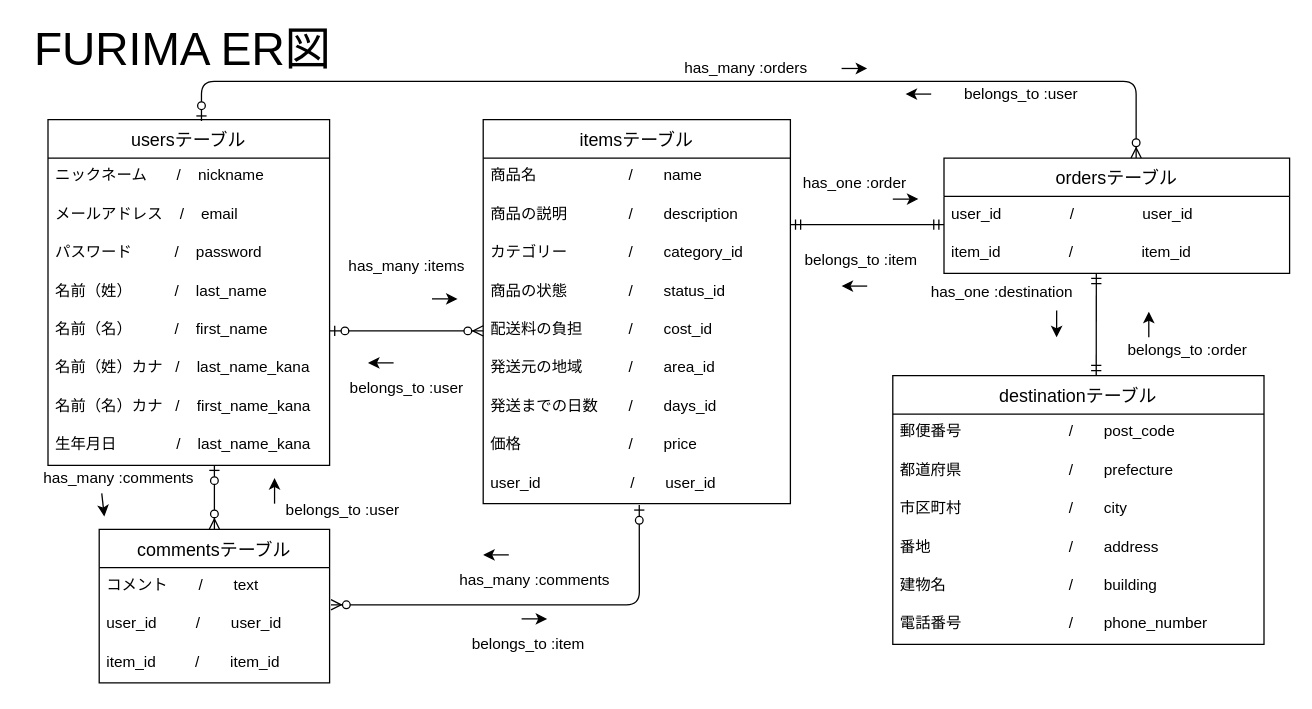
The draw.io diagram test.dio in UzTk4/furima-38183, before the edit. Source tidied: cells renumbered, new cells numbered last; positions are measured from the earlier drawing's top-left corner, leaving out a move shared by most shapes. Both pictures are drawn from the tidied source at 128%, with x=0, y=0 at pixel (22, 29).
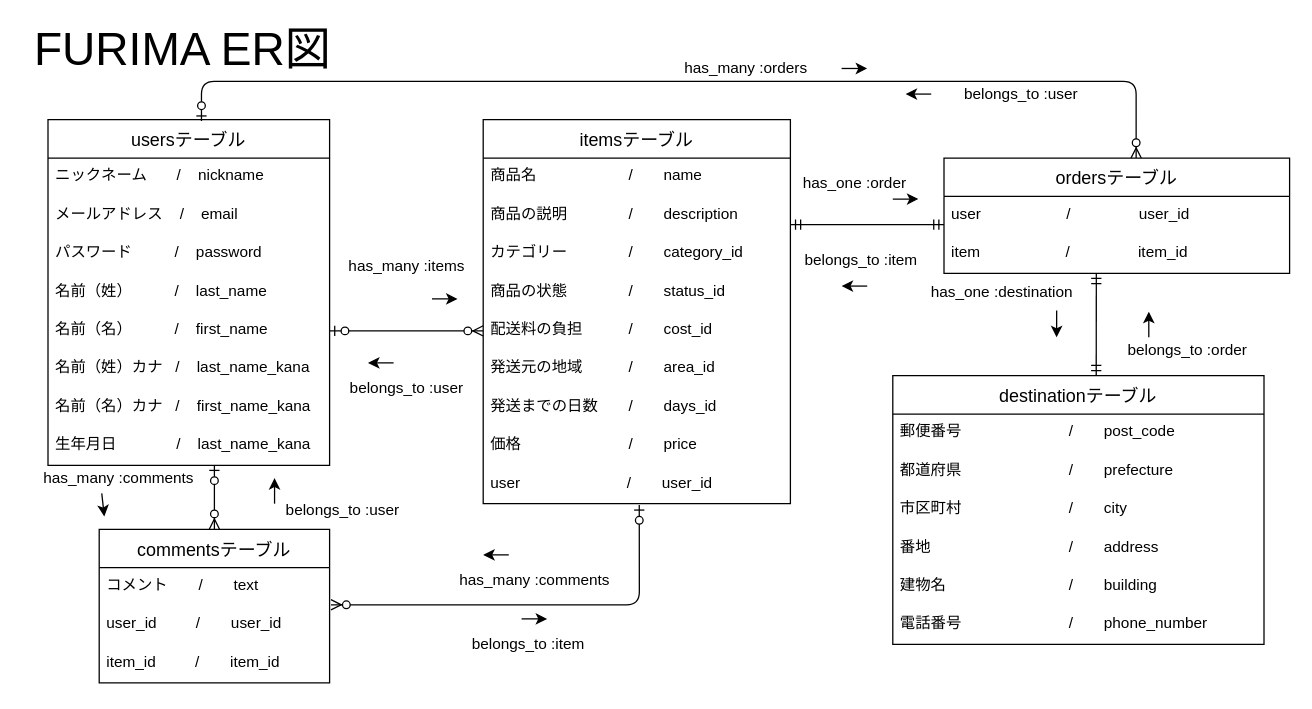
After the change.

Commit message (it also covers changes not shown here):
末尾の_id削除

The change refers to these unchanged cells:
```xml
<mxCell id="12" value="itemsテーブル" style="swimlane;fontStyle=0;horizontal=1;startSize=30;align=center;fontSize=14;" parent="1" vertex="1">
  <mxGeometry x="360" y="70" width="240" height="300" as="geometry" />
</mxCell>
<mxCell id="36" value="ordersテーブル" style="swimlane;fontStyle=0;horizontal=1;startSize=30;align=center;fontSize=14;" parent="1" vertex="1">
  <mxGeometry x="720" y="100" width="270" height="90" as="geometry" />
</mxCell>
```

What changed in the source:
```diff
@@
-    <mxCell id="21" value="user_id　　　　　   /　　user_id" style="text;strokeColor=none;fillColor=none;spacingLeft=4;spacingRight=4;overflow=hidden;points=[[0,0.5],[1,0.5]];portConstraint=eastwest;fontSize=12;" parent="12" vertex="1">
+    <mxCell id="21" value="user　　    　　　   /　　user_id" style="text;strokeColor=none;fillColor=none;spacingLeft=4;spacingRight=4;overflow=hidden;points=[[0,0.5],[1,0.5]];portConstraint=eastwest;fontSize=12;" parent="12" vertex="1">
       <mxGeometry y="270" width="240" height="30" as="geometry" />
     </mxCell>
@@
-    <mxCell id="37" value="user_id                /                user_id" style="text;strokeColor=none;fillColor=none;spacingLeft=4;spacingRight=4;overflow=hidden;fontSize=12;" parent="36" vertex="1">
+    <mxCell id="37" value="user                    /                user_id" style="text;strokeColor=none;fillColor=none;spacingLeft=4;spacingRight=4;overflow=hidden;fontSize=12;" parent="36" vertex="1">
       <mxGeometry y="30" width="270" height="30" as="geometry" />
     </mxCell>
-    <mxCell id="38" value="item_id                /                item_id" style="text;strokeColor=none;fillColor=none;spacingLeft=4;spacingRight=4;overflow=hidden;fontSize=12;" parent="36" vertex="1">
+    <mxCell id="38" value="item                    /                item_id" style="text;strokeColor=none;fillColor=none;spacingLeft=4;spacingRight=4;overflow=hidden;fontSize=12;" parent="36" vertex="1">
       <mxGeometry y="60" width="270" height="30" as="geometry" />
     </mxCell>
```
